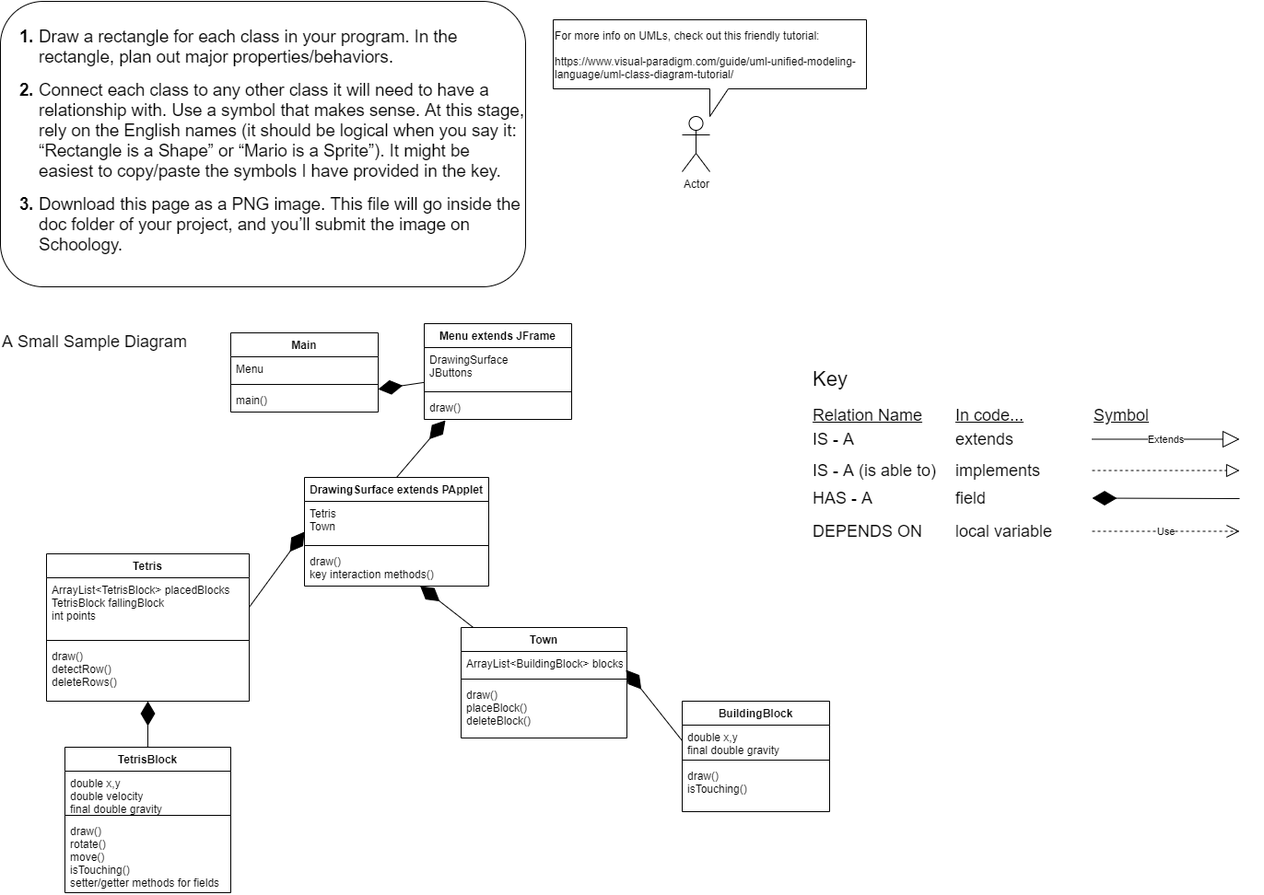
This is BuildTheTown/doc/Tetris Final Project UML.png from HHSAPCompSci2020/capstone-project-404-team-not-found, a draw.io export, as it was before one commit. Source tidied: cells renumbered, new cells last; positions are measured from the earlier drawing's top-left corner, leaving out a move shared by most shapes.
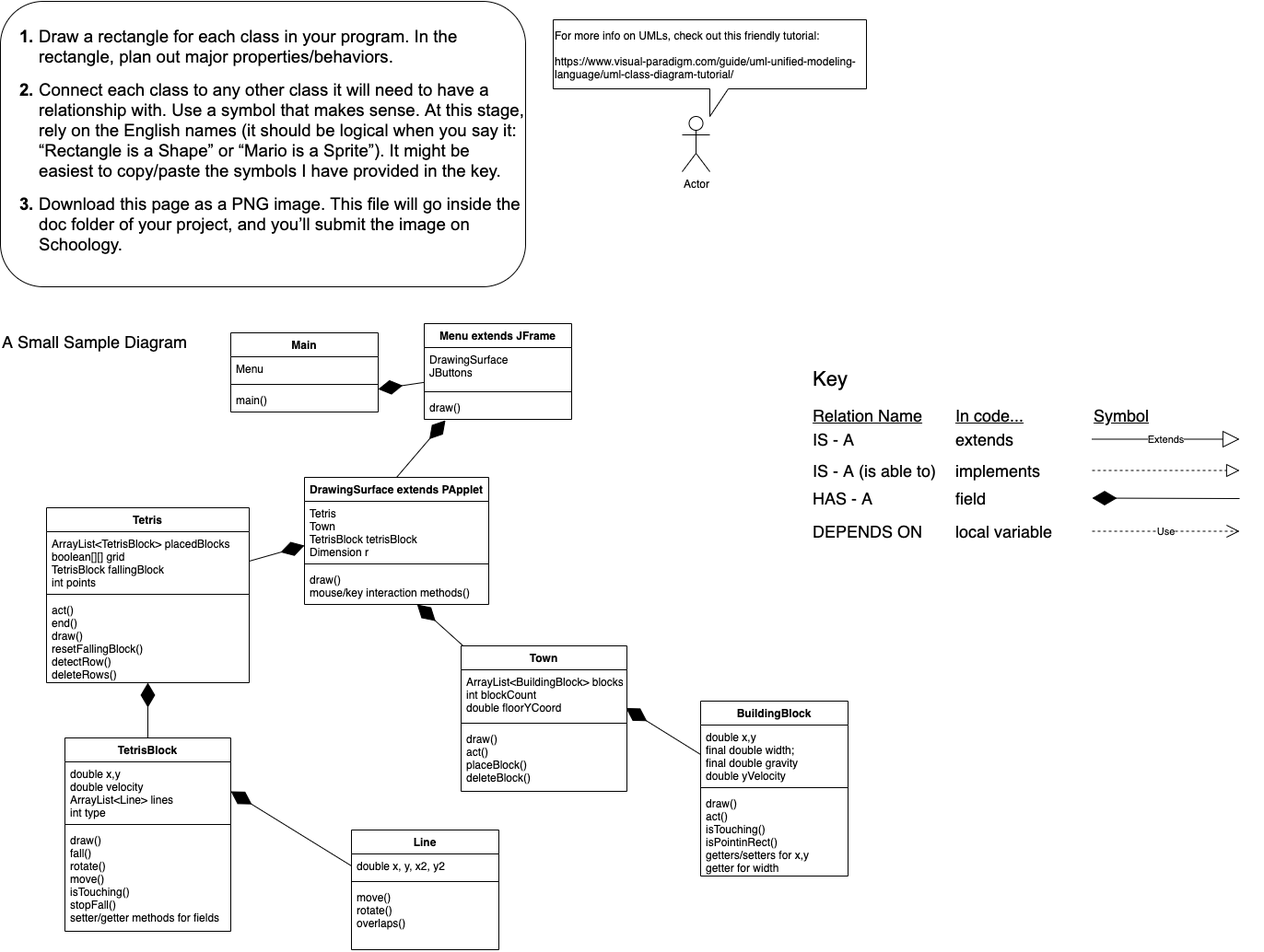
The same diagram one commit later.

Commit message:
README and UML Diagram beta build

The edit, as a diff of the source:
```diff
@@ -87,52 +87,52 @@
       <mxGeometry y="60" width="160" height="26" as="geometry" />
     </mxCell>
     <mxCell id="26" value="DrawingSurface extends PApplet" style="swimlane;fontStyle=1;align=center;verticalAlign=top;horizontal=1;startSize=26;" parent="1" vertex="1">
-      <mxGeometry x="330" y="517" width="200" height="118" as="geometry" />
+      <mxGeometry x="330" y="517" width="200" height="138" as="geometry" />
     </mxCell>
-    <mxCell id="27" value="Tetris&#10;Town" style="text;strokeColor=none;fillColor=none;align=left;verticalAlign=top;spacingLeft=4;spacingRight=4;overflow=hidden;points=[[0,0.5],[1,0.5]];portConstraint=eastwest;" parent="26" vertex="1">
-      <mxGeometry y="26" width="200" height="44" as="geometry" />
+    <mxCell id="27" value="Tetris&#10;Town&#10;TetrisBlock tetrisBlock&#10;Dimension r" style="text;strokeColor=none;fillColor=none;align=left;verticalAlign=top;spacingLeft=4;spacingRight=4;overflow=hidden;points=[[0,0.5],[1,0.5]];portConstraint=eastwest;" parent="26" vertex="1">
+      <mxGeometry y="26" width="200" height="64" as="geometry" />
     </mxCell>
     <mxCell id="28" style="line;strokeWidth=1;fillColor=none;align=left;verticalAlign=middle;spacingTop=-1;spacingLeft=3;spacingRight=3;labelPosition=right;" parent="26" vertex="1">
-      <mxGeometry y="70" width="200" height="8" as="geometry" />
+      <mxGeometry y="90" width="200" height="8" as="geometry" />
     </mxCell>
-    <mxCell id="29" value="draw()&#10;key interaction methods()" style="text;strokeColor=none;fillColor=none;align=left;verticalAlign=top;spacingLeft=4;spacingRight=4;overflow=hidden;points=[[0,0.5],[1,0.5]];portConstraint=eastwest;" parent="26" vertex="1">
-      <mxGeometry y="78" width="200" height="40" as="geometry" />
+    <mxCell id="29" value="draw()&#10;mouse/key interaction methods()" style="text;strokeColor=none;fillColor=none;align=left;verticalAlign=top;spacingLeft=4;spacingRight=4;overflow=hidden;points=[[0,0.5],[1,0.5]];portConstraint=eastwest;" parent="26" vertex="1">
+      <mxGeometry y="98" width="200" height="40" as="geometry" />
     </mxCell>
     <mxCell id="30" value="Tetris" style="swimlane;fontStyle=1;align=center;verticalAlign=top;horizontal=1;startSize=26;" parent="1" vertex="1">
-      <mxGeometry x="50" y="600" width="220" height="160" as="geometry" />
+      <mxGeometry x="50" y="550" width="220" height="190" as="geometry" />
     </mxCell>
-    <mxCell id="31" value="ArrayList&lt;TetrisBlock&gt; placedBlocks&#10;TetrisBlock fallingBlock&#10;int points" style="text;strokeColor=none;fillColor=none;align=left;verticalAlign=top;spacingLeft=4;spacingRight=4;overflow=hidden;points=[[0,0.5],[1,0.5]];portConstraint=eastwest;" parent="30" vertex="1">
+    <mxCell id="31" value="ArrayList&lt;TetrisBlock&gt; placedBlocks&#10;boolean[][] grid&#10;TetrisBlock fallingBlock&#10;int points" style="text;strokeColor=none;fillColor=none;align=left;verticalAlign=top;spacingLeft=4;spacingRight=4;overflow=hidden;points=[[0,0.5],[1,0.5]];portConstraint=eastwest;" parent="30" vertex="1">
       <mxGeometry y="26" width="220" height="64" as="geometry" />
     </mxCell>
     <mxCell id="32" style="line;strokeWidth=1;fillColor=none;align=left;verticalAlign=middle;spacingTop=-1;spacingLeft=3;spacingRight=3;labelPosition=right;" parent="30" vertex="1">
       <mxGeometry y="90" width="220" height="8" as="geometry" />
     </mxCell>
-    <mxCell id="33" value="draw()&#10;detectRow()&#10;deleteRows()&#10;" style="text;strokeColor=none;fillColor=none;align=left;verticalAlign=top;spacingLeft=4;spacingRight=4;overflow=hidden;points=[[0,0.5],[1,0.5]];portConstraint=eastwest;" parent="30" vertex="1">
-      <mxGeometry y="98" width="220" height="62" as="geometry" />
+    <mxCell id="33" value="act()&#10;end()&#10;draw()&#10;resetFallingBlock()&#10;detectRow()&#10;deleteRows()&#10;" style="text;strokeColor=none;fillColor=none;align=left;verticalAlign=top;spacingLeft=4;spacingRight=4;overflow=hidden;points=[[0,0.5],[1,0.5]];portConstraint=eastwest;" parent="30" vertex="1">
+      <mxGeometry y="98" width="220" height="92" as="geometry" />
     </mxCell>
     <mxCell id="34" value="TetrisBlock" style="swimlane;fontStyle=1;align=center;verticalAlign=top;horizontal=1;startSize=26;" parent="1" vertex="1">
-      <mxGeometry x="70" y="810" width="180" height="158" as="geometry" />
+      <mxGeometry x="70" y="800" width="180" height="210" as="geometry" />
     </mxCell>
-    <mxCell id="35" value="double x,y&#10;double velocity&#10;final double gravity" style="text;strokeColor=none;fillColor=none;align=left;verticalAlign=top;spacingLeft=4;spacingRight=4;overflow=hidden;points=[[0,0.5],[1,0.5]];portConstraint=eastwest;" parent="34" vertex="1">
-      <mxGeometry y="26" width="180" height="44" as="geometry" />
+    <mxCell id="35" value="double x,y&#10;double velocity&#10;ArrayList&lt;Line&gt; lines&#10;int type" style="text;strokeColor=none;fillColor=none;align=left;verticalAlign=top;spacingLeft=4;spacingRight=4;overflow=hidden;points=[[0,0.5],[1,0.5]];portConstraint=eastwest;" parent="34" vertex="1">
+      <mxGeometry y="26" width="180" height="64" as="geometry" />
     </mxCell>
     <mxCell id="36" style="line;strokeWidth=1;fillColor=none;align=left;verticalAlign=middle;spacingTop=-1;spacingLeft=3;spacingRight=3;labelPosition=right;" parent="34" vertex="1">
-      <mxGeometry y="70" width="180" height="8" as="geometry" />
+      <mxGeometry y="90" width="180" height="8" as="geometry" />
     </mxCell>
-    <mxCell id="37" value="draw()&#10;rotate()&#10;move()&#10;isTouching()&#10;setter/getter methods for fields" style="text;strokeColor=none;fillColor=none;align=left;verticalAlign=top;spacingLeft=4;spacingRight=4;overflow=hidden;" parent="34" vertex="1">
-      <mxGeometry y="78" width="180" height="80" as="geometry" />
+    <mxCell id="37" value="draw()&#10;fall() &#10;rotate()&#10;move()&#10;isTouching()&#10;stopFall()&#10;setter/getter methods for fields" style="text;strokeColor=none;fillColor=none;align=left;verticalAlign=top;spacingLeft=4;spacingRight=4;overflow=hidden;" parent="34" vertex="1">
+      <mxGeometry y="98" width="180" height="112" as="geometry" />
     </mxCell>
     <mxCell id="38" value="BuildingBlock" style="swimlane;fontStyle=1;align=center;verticalAlign=top;horizontal=1;startSize=26;" parent="1" vertex="1">
-      <mxGeometry x="740" y="760" width="160" height="120" as="geometry" />
+      <mxGeometry x="760" y="760" width="160" height="190" as="geometry" />
     </mxCell>
-    <mxCell id="39" value="double x,y&#10;final double gravity" style="text;strokeColor=none;fillColor=none;align=left;verticalAlign=top;spacingLeft=4;spacingRight=4;overflow=hidden;points=[[0,0.5],[1,0.5]];portConstraint=eastwest;" parent="38" vertex="1">
-      <mxGeometry y="26" width="160" height="34" as="geometry" />
+    <mxCell id="39" value="double x,y&#10;final double width;&#10;final double gravity&#10;double yVelocity" style="text;strokeColor=none;fillColor=none;align=left;verticalAlign=top;spacingLeft=4;spacingRight=4;overflow=hidden;points=[[0,0.5],[1,0.5]];portConstraint=eastwest;" parent="38" vertex="1">
+      <mxGeometry y="26" width="160" height="64" as="geometry" />
     </mxCell>
     <mxCell id="40" style="line;strokeWidth=1;fillColor=none;align=left;verticalAlign=middle;spacingTop=-1;spacingLeft=3;spacingRight=3;labelPosition=right;" parent="38" vertex="1">
-      <mxGeometry y="60" width="160" height="8" as="geometry" />
+      <mxGeometry y="90" width="160" height="8" as="geometry" />
     </mxCell>
-    <mxCell id="41" value="draw()&#10;isTouching()" style="text;strokeColor=none;fillColor=none;align=left;verticalAlign=top;spacingLeft=4;spacingRight=4;overflow=hidden;" parent="38" vertex="1">
-      <mxGeometry y="68" width="160" height="52" as="geometry" />
+    <mxCell id="41" value="draw()&#10;act()&#10;isTouching()&#10;isPointinRect()&#10;getters/setters for x,y&#10;getter for width" style="text;strokeColor=none;fillColor=none;align=left;verticalAlign=top;spacingLeft=4;spacingRight=4;overflow=hidden;" parent="38" vertex="1">
+      <mxGeometry y="98" width="160" height="92" as="geometry" />
     </mxCell>
     <mxCell id="42" value="Menu extends JFrame" style="swimlane;fontStyle=1;align=center;verticalAlign=top;horizontal=1;startSize=26;" parent="1" vertex="1">
       <mxGeometry x="460" y="350" width="160" height="104" as="geometry" />
@@ -153,16 +153,16 @@
       <mxGeometry relative="1" as="geometry" />
     </mxCell>
     <mxCell id="48" value="Town" style="swimlane;fontStyle=1;align=center;verticalAlign=top;horizontal=1;startSize=26;" parent="1" vertex="1">
-      <mxGeometry x="500" y="680" width="180" height="120" as="geometry" />
+      <mxGeometry x="500" y="700" width="180" height="158" as="geometry" />
     </mxCell>
-    <mxCell id="49" value="ArrayList&lt;BuildingBlock&gt; blocks" style="text;strokeColor=none;fillColor=none;align=left;verticalAlign=top;spacingLeft=4;spacingRight=4;overflow=hidden;points=[[0,0.5],[1,0.5]];portConstraint=eastwest;" parent="48" vertex="1">
-      <mxGeometry y="26" width="180" height="26" as="geometry" />
+    <mxCell id="49" value="ArrayList&lt;BuildingBlock&gt; blocks&#10;int blockCount&#10;double floorYCoord" style="text;strokeColor=none;fillColor=none;align=left;verticalAlign=top;spacingLeft=4;spacingRight=4;overflow=hidden;points=[[0,0.5],[1,0.5]];portConstraint=eastwest;" parent="48" vertex="1">
+      <mxGeometry y="26" width="180" height="54" as="geometry" />
     </mxCell>
     <mxCell id="50" style="line;strokeWidth=1;fillColor=none;align=left;verticalAlign=middle;spacingTop=-1;spacingLeft=3;spacingRight=3;labelPosition=right;" parent="48" vertex="1">
-      <mxGeometry y="52" width="180" height="8" as="geometry" />
+      <mxGeometry y="80" width="180" height="8" as="geometry" />
     </mxCell>
-    <mxCell id="51" value="draw()&#10;placeBlock()&#10;deleteBlock()&#10;" style="text;strokeColor=none;fillColor=none;align=left;verticalAlign=top;spacingLeft=4;spacingRight=4;overflow=hidden;" parent="48" vertex="1">
-      <mxGeometry y="60" width="180" height="60" as="geometry" />
+    <mxCell id="51" value="draw()&#10;act()&#10;placeBlock()&#10;deleteBlock()&#10;" style="text;strokeColor=none;fillColor=none;align=left;verticalAlign=top;spacingLeft=4;spacingRight=4;overflow=hidden;" parent="48" vertex="1">
+      <mxGeometry y="88" width="180" height="70" as="geometry" />
     </mxCell>
     <mxCell id="52" style="endArrow=diamondThin;endFill=1;endSize=24;html=1;" parent="1" edge="1" source="42" target="25">
       <mxGeometry relative="1" as="geometry" />
@@ -176,5 +176,20 @@
     <mxCell id="55" style="endArrow=diamondThin;endFill=1;endSize=24;html=1;" parent="1" edge="1" source="48" target="29">
       <mxGeometry relative="1" as="geometry" />
     </mxCell>
+    <mxCell id="56" value="Line" style="swimlane;fontStyle=1;align=center;verticalAlign=top;horizontal=1;startSize=26;" parent="1" vertex="1">
+      <mxGeometry x="381" y="900" width="160" height="130" as="geometry" />
+    </mxCell>
+    <mxCell id="57" value="double x, y, x2, y2" style="text;strokeColor=none;fillColor=none;align=left;verticalAlign=top;spacingLeft=4;spacingRight=4;overflow=hidden;points=[[0,0.5],[1,0.5]];portConstraint=eastwest;" parent="56" vertex="1">
+      <mxGeometry y="26" width="160" height="26" as="geometry" />
+    </mxCell>
+    <mxCell id="58" style="line;strokeWidth=1;fillColor=none;align=left;verticalAlign=middle;spacingTop=-1;spacingLeft=3;spacingRight=3;labelPosition=right;" parent="56" vertex="1">
+      <mxGeometry y="52" width="160" height="8" as="geometry" />
+    </mxCell>
+    <mxCell id="59" value="move() &#10;rotate()&#10;overlaps()" style="text;strokeColor=none;fillColor=none;align=left;verticalAlign=top;spacingLeft=4;spacingRight=4;overflow=hidden;" parent="56" vertex="1">
+      <mxGeometry y="60" width="160" height="70" as="geometry" />
+    </mxCell>
+    <mxCell id="60" style="endArrow=diamondThin;endFill=1;endSize=24;html=1;entryX=1;entryY=0.5;entryDx=0;entryDy=0;exitX=0;exitY=0.5;exitDx=0;exitDy=0;" parent="1" edge="1" source="57" target="35">
+      <mxGeometry relative="1" as="geometry" />
+    </mxCell>
   </root>
 </mxGraphModel>
```
